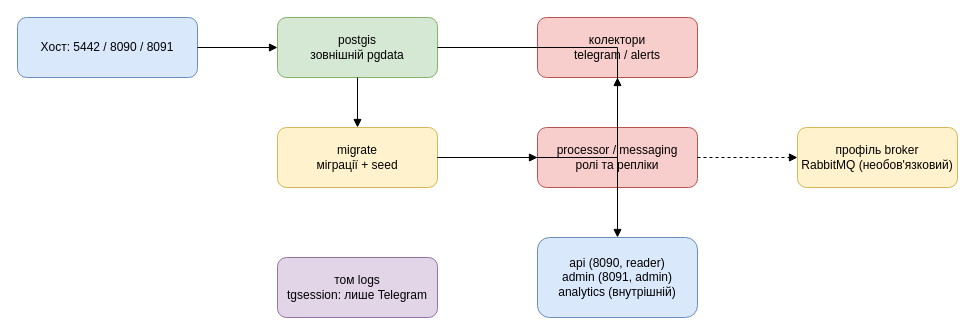
Above: docs/diagrams/deployment-topology.drawio in sql-monk/Puluj-g (draw.io), before the change. Source tidied: cells renumbered, new cells numbered last; positions are measured from the earlier drawing's top-left corner, leaving out a move shared by most shapes. Both pictures are drawn from the tidied source at 100%, with x=0, y=0 at pixel (17, 17).
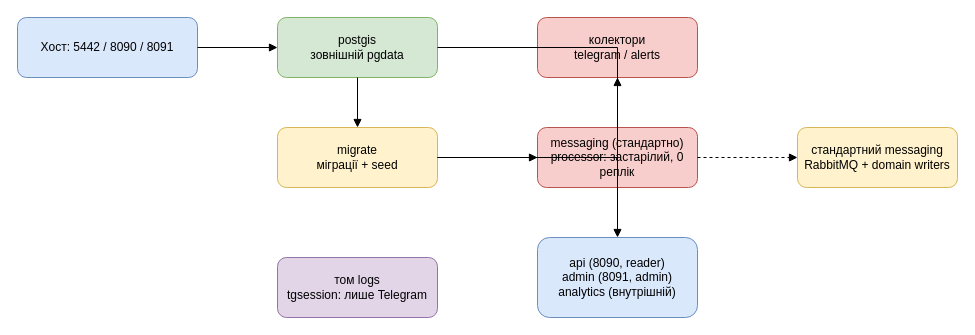
The same page after the edit.

What changed in the source:
```diff
@@
 <mxGraphModel>
   <root>
     <mxCell id="0" />
     <mxCell id="1" parent="0" />
     <mxCell id="2" value="Хост: 5442 / 8090 / 8091" style="rounded=1;whiteSpace=wrap;html=1;fillColor=#dae8fc;strokeColor=#6c8ebf;" parent="1" vertex="1">
       <mxGeometry width="180" height="60" as="geometry" />
     </mxCell>
     <mxCell id="3" value="postgis&#10;зовнішній pgdata" style="rounded=1;whiteSpace=wrap;html=1;fillColor=#d5e8d4;strokeColor=#82b366;" parent="1" vertex="1">
       <mxGeometry x="260" width="160" height="60" as="geometry" />
     </mxCell>
     <mxCell id="4" value="migrate&#10;міграції + seed" style="rounded=1;whiteSpace=wrap;html=1;fillColor=#fff2cc;strokeColor=#d6b656;" parent="1" vertex="1">
       <mxGeometry x="260" y="110" width="160" height="60" as="geometry" />
     </mxCell>
     <mxCell id="5" value="колектори&#10;telegram / alerts" style="rounded=1;whiteSpace=wrap;html=1;fillColor=#f8cecc;strokeColor=#b85450;" parent="1" vertex="1">
       <mxGeometry x="520" width="160" height="60" as="geometry" />
     </mxCell>
-    <mxCell id="6" value="processor / messaging&#10;ролі та репліки" style="rounded=1;whiteSpace=wrap;html=1;fillColor=#f8cecc;strokeColor=#b85450;" parent="1" vertex="1">
+    <mxCell id="6" value="messaging (стандартно)&#10;processor: застарілий, 0 реплік" style="rounded=1;whiteSpace=wrap;html=1;fillColor=#f8cecc;strokeColor=#b85450;" parent="1" vertex="1">
       <mxGeometry x="520" y="110" width="160" height="60" as="geometry" />
     </mxCell>
     <mxCell id="7" value="api (8090, reader)&#10;admin (8091, admin)&#10;analytics (внутрішній)" style="rounded=1;whiteSpace=wrap;html=1;fillColor=#dae8fc;strokeColor=#6c8ebf;" parent="1" vertex="1">
       <mxGeometry x="520" y="220" width="160" height="80" as="geometry" />
     </mxCell>
     <mxCell id="8" value="том logs&#10;tgsession: лише Telegram" style="rounded=1;whiteSpace=wrap;html=1;fillColor=#e1d5e7;strokeColor=#9673a6;" parent="1" vertex="1">
       <mxGeometry x="260" y="240" width="160" height="60" as="geometry" />
     </mxCell>
-    <mxCell id="9" value="профіль broker&#10;RabbitMQ (необов'язковий)" style="rounded=1;whiteSpace=wrap;html=1;fillColor=#fff2cc;strokeColor=#d6b656;" parent="1" vertex="1">
+    <mxCell id="9" value="стандартний messaging&#10;RabbitMQ + domain writers" style="rounded=1;whiteSpace=wrap;html=1;fillColor=#fff2cc;strokeColor=#d6b656;" parent="1" vertex="1">
       <mxGeometry x="780" y="110" width="160" height="60" as="geometry" />
     </mxCell>
     <mxCell id="10" style="edgeStyle=orthogonalEdgeStyle;rounded=0;endArrow=block;html=1;" parent="1" edge="1" source="2" target="3">
       <mxGeometry relative="1" as="geometry" />
     </mxCell>
     <mxCell id="11" style="edgeStyle=orthogonalEdgeStyle;rounded=0;endArrow=block;html=1;" parent="1" edge="1" source="3" target="4">
       <mxGeometry relative="1" as="geometry" />
     </mxCell>
     <mxCell id="12" style="edgeStyle=orthogonalEdgeStyle;rounded=0;endArrow=block;html=1;" parent="1" edge="1" source="4" target="5">
       <mxGeometry relative="1" as="geometry" />
     </mxCell>
     <mxCell id="13" style="edgeStyle=orthogonalEdgeStyle;rounded=0;endArrow=block;html=1;" parent="1" edge="1" source="4" target="6">
       <mxGeometry relative="1" as="geometry" />
     </mxCell>
     <mxCell id="14" style="edgeStyle=orthogonalEdgeStyle;rounded=0;endArrow=block;html=1;" parent="1" edge="1" source="3" target="7">
       <mxGeometry relative="1" as="geometry" />
     </mxCell>
     <mxCell id="15" style="edgeStyle=orthogonalEdgeStyle;rounded=0;endArrow=block;html=1;dashed=1;" parent="1" edge="1" source="6" target="9">
       <mxGeometry relative="1" as="geometry" />
     </mxCell>
   </root>
 </mxGraphModel>
```
